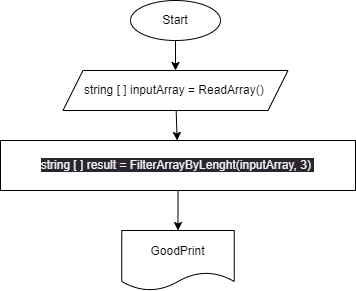
Above: total/diagram.drawio.png in IgorPolyatskiy/Total (draw.io), before the change. Source tidied: cells renumbered, new cells last; positions are measured from the earlier drawing's top-left corner, leaving out a move shared by most shapes.
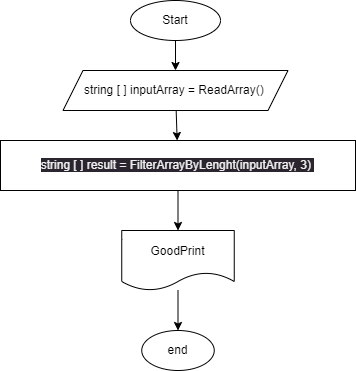
The same diagram one commit later.

Commit message:
Добавил README ОПИСАНИЕ

The edit, as a diff of the source:
```diff
@@ -20,8 +20,14 @@
     <mxCell id="7" value="&lt;span style=&quot;color: rgb(240, 240, 240); font-family: Helvetica; font-size: 12px; font-style: normal; font-variant-ligatures: normal; font-variant-caps: normal; font-weight: 400; letter-spacing: normal; orphans: 2; text-align: center; text-indent: 0px; text-transform: none; widows: 2; word-spacing: 0px; -webkit-text-stroke-width: 0px; background-color: rgb(42, 37, 47); text-decoration-thickness: initial; text-decoration-style: initial; text-decoration-color: initial; float: none; display: inline !important;&quot;&gt;string [ ] result = FilterArrayByLenght(inputArray, 3)&amp;nbsp;&lt;/span&gt;" style="whiteSpace=wrap;html=1;" parent="1" vertex="1">
       <mxGeometry y="140" width="355" height="50" as="geometry" />
     </mxCell>
+    <mxCell id="9" style="edgeStyle=none;html=1;" parent="1" edge="1" source="8" target="10">
+      <mxGeometry relative="1" as="geometry" />
+    </mxCell>
     <mxCell id="8" value="GoodPrint" style="shape=document;whiteSpace=wrap;html=1;boundedLbl=1;" parent="1" vertex="1">
       <mxGeometry x="121.2" y="230" width="112.5" height="60" as="geometry" />
     </mxCell>
+    <mxCell id="10" value="end" style="ellipse;whiteSpace=wrap;html=1;" parent="1" vertex="1">
+      <mxGeometry x="141.2" y="330" width="72.5" height="40" as="geometry" />
+    </mxCell>
   </root>
 </mxGraphModel>
```
